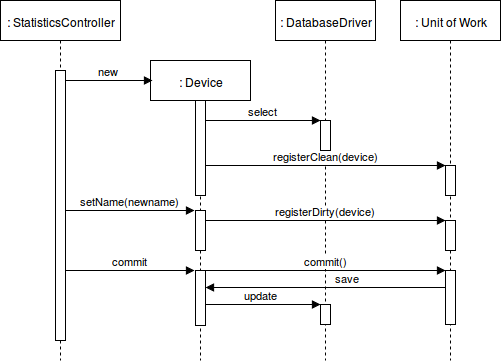
imjoris/SoftwarePatternsGroup2 keeps this draw.io diagram as 7-software/images/UnitOfWorkSeq.png. Above is the earlier version. Source tidied: cells renumbered, new cells last; positions are measured from the earlier drawing's top-left corner, leaving out a move shared by most shapes.
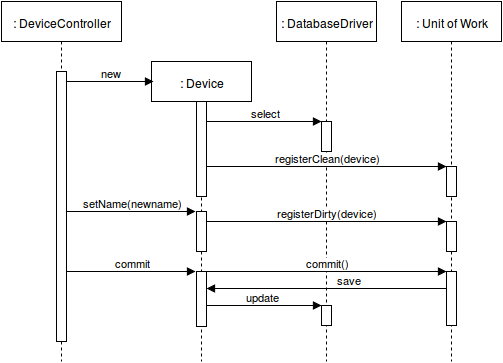
After the commit.

Commit message:
moved unit of work pattern to process view

Diff of the diagram source:
```diff
@@ -17,7 +17,7 @@
         </Array>
       </mxGeometry>
     </mxCell>
-    <mxCell id="4" value=": StatisticsController&lt;br&gt;" style="shape=umlLifeline;perimeter=lifelinePerimeter;whiteSpace=wrap;html=1;rounded=0;shadow=0;glass=0;strokeColor=#000000;strokeWidth=1;fillColor=#ffffff;" parent="1" vertex="1">
+    <mxCell id="4" value=": DeviceController&lt;br&gt;" style="shape=umlLifeline;perimeter=lifelinePerimeter;whiteSpace=wrap;html=1;rounded=0;shadow=0;glass=0;strokeColor=#000000;strokeWidth=1;fillColor=#ffffff;" parent="1" vertex="1">
       <mxGeometry width="120" height="360" as="geometry" />
     </mxCell>
     <mxCell id="5" style="html=1;points=[];perimeter=orthogonalPerimeter;rounded=0;shadow=0;glass=0;strokeColor=#000000;strokeWidth=1;fillColor=#ffffff;" parent="4" vertex="1">
```
